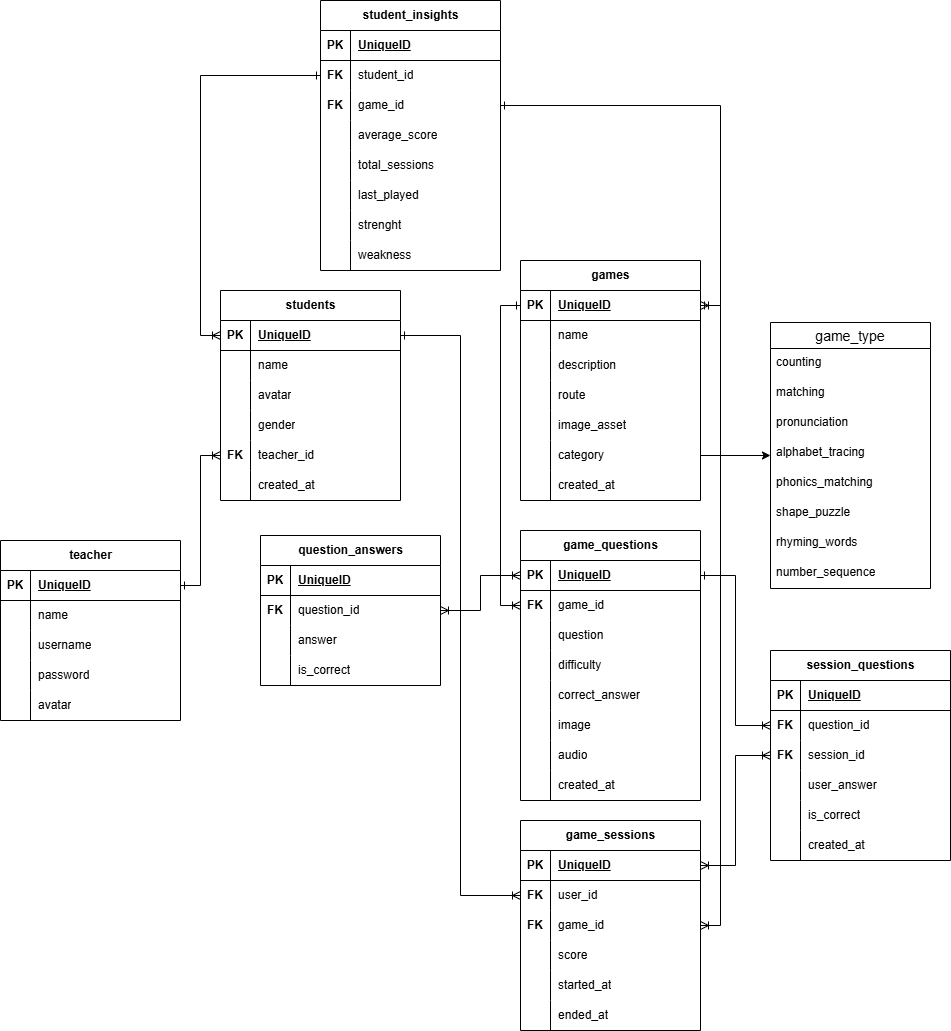
Earlier version of the draw.io export docs/kidtastic_erd.drawio.png (5kydriven/kidtastic_flutter). Source tidied: cells renumbered, new cells last; positions are measured from the earlier drawing's top-left corner, leaving out a move shared by most shapes.
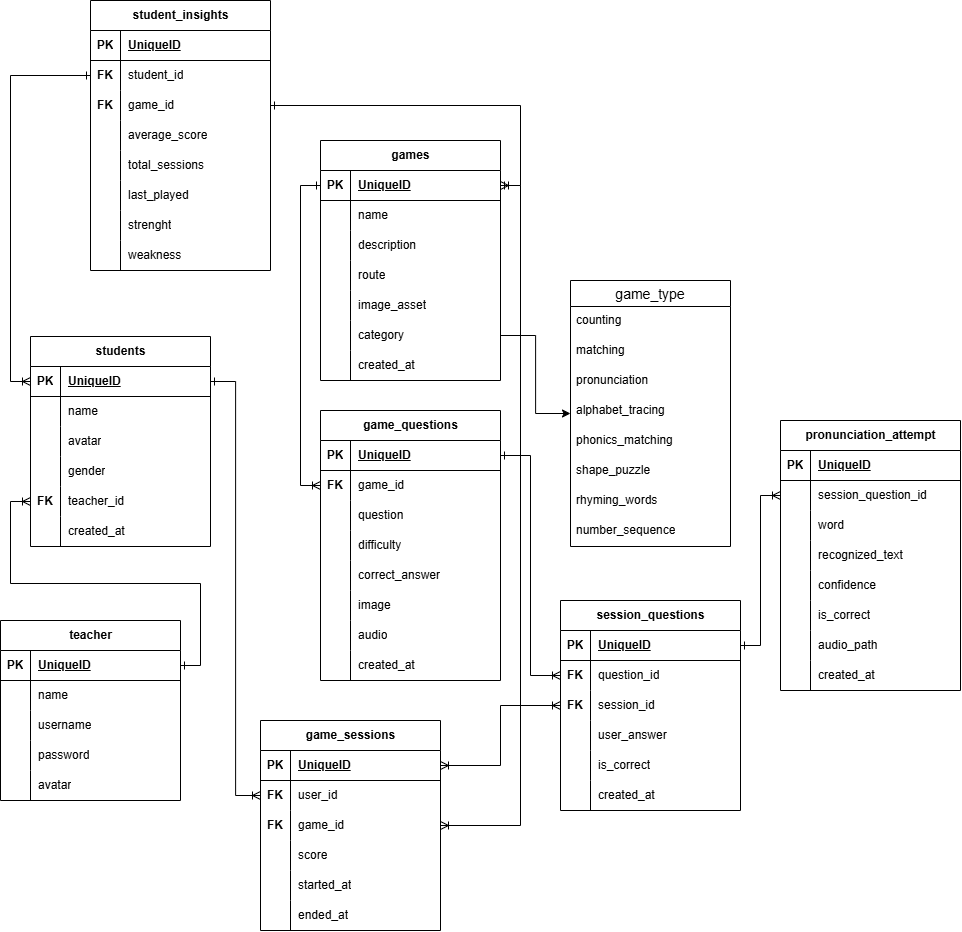
Later version of the same file.

Commit message:
feat: init pronunciation repo, daos and table

The edit, as a diff of the source:
```diff
@@ -3,7 +3,7 @@
     <mxCell id="0" />
     <mxCell id="1" parent="0" />
     <mxCell id="2" value="students" style="shape=table;startSize=30;rowLines=0;fontStyle=1;align=center;html=1;" parent="1" vertex="1">
-      <mxGeometry x="220" y="290" width="180" height="210" as="geometry" />
+      <mxGeometry x="230" y="456" width="180" height="210" as="geometry" />
     </mxCell>
     <mxCell id="3" style="shape=tableRow;horizontal=0;startSize=0;swimlaneHead=0;swimlaneBody=0;fillColor=none;points=[[0,0.5],[1,0.5]];portConstraint=eastwest;top=0;left=0;right=0;bottom=1;" parent="2" vertex="1">
       <mxGeometry y="30" width="180" height="30" as="geometry" />
@@ -204,7 +204,7 @@
       <mxGeometry relative="1" as="geometry" />
     </mxCell>
     <mxCell id="69" value="game_sessions" style="shape=table;startSize=30;rowLines=0;fontStyle=1;align=center;html=1;" parent="1" vertex="1">
-      <mxGeometry x="520" y="820" width="180" height="210" as="geometry" />
+      <mxGeometry x="460" y="840" width="180" height="210" as="geometry" />
     </mxCell>
     <mxCell id="70" style="shape=tableRow;horizontal=0;startSize=0;swimlaneHead=0;swimlaneBody=0;fillColor=none;points=[[0,0.5],[1,0.5]];portConstraint=eastwest;top=0;left=0;right=0;bottom=1;" parent="69" vertex="1">
       <mxGeometry y="30" width="180" height="30" as="geometry" />
@@ -267,7 +267,7 @@
       <mxGeometry relative="1" as="geometry" />
     </mxCell>
     <mxCell id="90" value="session_questions" style="shape=table;startSize=30;rowLines=0;fontStyle=1;align=center;html=1;" parent="1" vertex="1">
-      <mxGeometry x="770" y="650" width="180" height="210" as="geometry" />
+      <mxGeometry x="760" y="720" width="180" height="210" as="geometry" />
     </mxCell>
     <mxCell id="91" style="shape=tableRow;horizontal=0;startSize=0;swimlaneHead=0;swimlaneBody=0;fillColor=none;points=[[0,0.5],[1,0.5]];portConstraint=eastwest;top=0;left=0;right=0;bottom=1;" parent="90" vertex="1">
       <mxGeometry y="30" width="180" height="30" as="geometry" />
@@ -329,50 +329,8 @@
     <mxCell id="110" style="edgeStyle=orthogonalEdgeStyle;rounded=0;jettySize=auto;html=1;exitX=0;exitY=0.5;exitDx=0;exitDy=0;entryX=1;entryY=0.5;entryDx=0;entryDy=0;startArrow=ERoneToMany;startFill=0;endArrow=ERoneToMany;endFill=0;" parent="1" edge="1" source="97" target="70">
       <mxGeometry relative="1" as="geometry" />
     </mxCell>
-    <mxCell id="111" value="question_answers" style="shape=table;startSize=30;rowLines=0;fontStyle=1;align=center;html=1;" parent="1" vertex="1">
-      <mxGeometry x="260" y="535" width="180" height="150" as="geometry" />
-    </mxCell>
-    <mxCell id="112" style="shape=tableRow;horizontal=0;startSize=0;swimlaneHead=0;swimlaneBody=0;fillColor=none;top=0;left=0;right=0;bottom=1;" parent="111" vertex="1">
-      <mxGeometry y="30" width="180" height="30" as="geometry" />
-    </mxCell>
-    <mxCell id="113" value="PK" style="shape=partialRectangle;fillColor=none;top=0;left=0;bottom=0;right=0;fontStyle=1;overflow=hidden;whiteSpace=wrap;html=1;" parent="112" vertex="1">
-      <mxGeometry width="30" height="30" as="geometry" />
-    </mxCell>
-    <mxCell id="114" value="UniqueID" style="shape=partialRectangle;fillColor=none;top=0;left=0;bottom=0;right=0;align=left;spacingLeft=6;fontStyle=5;overflow=hidden;whiteSpace=wrap;html=1;" parent="112" vertex="1">
-      <mxGeometry x="30" width="150" height="30" as="geometry" />
-    </mxCell>
-    <mxCell id="115" style="shape=tableRow;horizontal=0;startSize=0;swimlaneHead=0;swimlaneBody=0;fillColor=none;points=[[0,0.5],[1,0.5]];portConstraint=eastwest;top=0;left=0;right=0;bottom=0;" parent="111" vertex="1">
-      <mxGeometry y="60" width="180" height="30" as="geometry" />
-    </mxCell>
-    <mxCell id="116" value="&lt;b&gt;FK&lt;/b&gt;" style="shape=partialRectangle;fillColor=none;top=0;left=0;bottom=0;right=0;overflow=hidden;whiteSpace=wrap;html=1;" parent="115" vertex="1">
-      <mxGeometry width="30" height="30" as="geometry" />
-    </mxCell>
-    <mxCell id="117" value="question_id" style="shape=partialRectangle;fillColor=none;top=0;left=0;bottom=0;right=0;align=left;spacingLeft=6;overflow=hidden;whiteSpace=wrap;html=1;" parent="115" vertex="1">
-      <mxGeometry x="30" width="150" height="30" as="geometry" />
-    </mxCell>
-    <mxCell id="118" style="shape=tableRow;horizontal=0;startSize=0;swimlaneHead=0;swimlaneBody=0;fillColor=none;top=0;left=0;right=0;bottom=0;" parent="111" vertex="1">
-      <mxGeometry y="90" width="180" height="30" as="geometry" />
-    </mxCell>
-    <mxCell id="119" style="shape=partialRectangle;fillColor=none;top=0;left=0;bottom=0;right=0;overflow=hidden;whiteSpace=wrap;html=1;" parent="118" vertex="1">
-      <mxGeometry width="30" height="30" as="geometry" />
-    </mxCell>
-    <mxCell id="120" value="answer" style="shape=partialRectangle;fillColor=none;top=0;left=0;bottom=0;right=0;align=left;spacingLeft=6;overflow=hidden;whiteSpace=wrap;html=1;" parent="118" vertex="1">
-      <mxGeometry x="30" width="150" height="30" as="geometry" />
-    </mxCell>
-    <mxCell id="121" style="shape=tableRow;horizontal=0;startSize=0;swimlaneHead=0;swimlaneBody=0;fillColor=none;top=0;left=0;right=0;bottom=0;" parent="111" vertex="1">
-      <mxGeometry y="120" width="180" height="30" as="geometry" />
-    </mxCell>
-    <mxCell id="122" style="shape=partialRectangle;fillColor=none;top=0;left=0;bottom=0;right=0;overflow=hidden;whiteSpace=wrap;html=1;" parent="121" vertex="1">
-      <mxGeometry width="30" height="30" as="geometry" />
-    </mxCell>
-    <mxCell id="123" value="is_correct" style="shape=partialRectangle;fillColor=none;top=0;left=0;bottom=0;right=0;align=left;spacingLeft=6;overflow=hidden;whiteSpace=wrap;html=1;" parent="121" vertex="1">
-      <mxGeometry x="30" width="150" height="30" as="geometry" />
-    </mxCell>
-    <mxCell id="124" style="edgeStyle=orthogonalEdgeStyle;rounded=0;jettySize=auto;html=1;exitX=1;exitY=0.5;exitDx=0;exitDy=0;entryX=0;entryY=0.5;entryDx=0;entryDy=0;startArrow=ERoneToMany;startFill=0;endArrow=ERoneToMany;endFill=0;" parent="1" edge="1" source="115" target="44">
-      <mxGeometry relative="1" as="geometry" />
-    </mxCell>
     <mxCell id="125" value="game_type" style="swimlane;fontStyle=0;horizontal=1;startSize=26;align=center;fontSize=14;" parent="1" vertex="1">
-      <mxGeometry x="770" y="322" width="160" height="266" as="geometry" />
+      <mxGeometry x="770" y="400" width="160" height="266" as="geometry" />
     </mxCell>
     <mxCell id="126" value="counting" style="text;strokeColor=none;fillColor=none;spacingLeft=4;spacingRight=4;overflow=hidden;fontSize=12;whiteSpace=wrap;html=1;" parent="125" vertex="1">
       <mxGeometry y="26" width="160" height="30" as="geometry" />
@@ -402,7 +360,7 @@
       <mxGeometry relative="1" as="geometry" />
     </mxCell>
     <mxCell id="135" value="teacher" style="shape=table;startSize=30;rowLines=0;fontStyle=1;align=center;html=1;" parent="1" vertex="1">
-      <mxGeometry y="540" width="180" height="180" as="geometry" />
+      <mxGeometry x="200" y="740" width="180" height="180" as="geometry" />
     </mxCell>
     <mxCell id="136" style="shape=tableRow;horizontal=0;startSize=0;swimlaneHead=0;swimlaneBody=0;fillColor=none;points=[[0,0.5],[1,0.5]];portConstraint=eastwest;top=0;left=0;right=0;bottom=1;" parent="135" vertex="1">
       <mxGeometry y="30" width="180" height="30" as="geometry" />
@@ -453,7 +411,7 @@
       <mxGeometry relative="1" as="geometry" />
     </mxCell>
     <mxCell id="152" value="student_insights" style="shape=table;startSize=30;rowLines=0;fontStyle=1;align=center;html=1;" parent="1" vertex="1">
-      <mxGeometry x="320" width="180" height="270" as="geometry" />
+      <mxGeometry x="290" y="120" width="180" height="270" as="geometry" />
     </mxCell>
     <mxCell id="153" style="shape=tableRow;horizontal=0;startSize=0;swimlaneHead=0;swimlaneBody=0;fillColor=none;top=0;left=0;right=0;bottom=1;" parent="152" vertex="1">
       <mxGeometry y="30" width="180" height="30" as="geometry" />
@@ -533,5 +491,83 @@
     <mxCell id="178" style="edgeStyle=orthogonalEdgeStyle;rounded=0;jettySize=auto;html=1;exitX=1;exitY=0.5;exitDx=0;exitDy=0;entryX=1;entryY=0.5;entryDx=0;entryDy=0;endArrow=ERoneToMany;endFill=0;startArrow=ERone;startFill=0;" parent="1" edge="1" source="159" target="22">
       <mxGeometry relative="1" as="geometry" />
     </mxCell>
+    <mxCell id="179" value="pronunciation_attempt" style="shape=table;startSize=30;rowLines=0;fontStyle=1;align=center;html=1;" parent="1" vertex="1">
+      <mxGeometry x="980" y="540" width="180" height="270" as="geometry" />
+    </mxCell>
+    <mxCell id="112" style="shape=tableRow;horizontal=0;startSize=0;swimlaneHead=0;swimlaneBody=0;fillColor=none;top=0;left=0;right=0;bottom=1;" parent="179" vertex="1">
+      <mxGeometry y="30" width="180" height="30" as="geometry" />
+    </mxCell>
+    <mxCell id="113" value="PK" style="shape=partialRectangle;fillColor=none;top=0;left=0;bottom=0;right=0;fontStyle=1;overflow=hidden;whiteSpace=wrap;html=1;" parent="112" vertex="1">
+      <mxGeometry width="30" height="30" as="geometry" />
+    </mxCell>
+    <mxCell id="114" value="UniqueID" style="shape=partialRectangle;fillColor=none;top=0;left=0;bottom=0;right=0;align=left;spacingLeft=6;fontStyle=5;overflow=hidden;whiteSpace=wrap;html=1;" parent="112" vertex="1">
+      <mxGeometry x="30" width="150" height="30" as="geometry" />
+    </mxCell>
+    <mxCell id="115" style="shape=tableRow;horizontal=0;startSize=0;swimlaneHead=0;swimlaneBody=0;fillColor=none;points=[[0,0.5],[1,0.5]];portConstraint=eastwest;top=0;left=0;right=0;bottom=0;" parent="179" vertex="1">
+      <mxGeometry y="60" width="180" height="30" as="geometry" />
+    </mxCell>
+    <mxCell id="180" style="shape=partialRectangle;fillColor=none;top=0;left=0;bottom=0;right=0;overflow=hidden;whiteSpace=wrap;html=1;" parent="115" vertex="1">
+      <mxGeometry width="30" height="30" as="geometry" />
+    </mxCell>
+    <mxCell id="181" value="session_question_id" style="shape=partialRectangle;fillColor=none;top=0;left=0;bottom=0;right=0;align=left;spacingLeft=6;overflow=hidden;whiteSpace=wrap;html=1;" parent="115" vertex="1">
+      <mxGeometry x="30" width="150" height="30" as="geometry" />
+    </mxCell>
+    <mxCell id="118" style="shape=tableRow;horizontal=0;startSize=0;swimlaneHead=0;swimlaneBody=0;fillColor=none;top=0;left=0;right=0;bottom=0;" parent="179" vertex="1">
+      <mxGeometry y="90" width="180" height="30" as="geometry" />
+    </mxCell>
+    <mxCell id="182" style="shape=partialRectangle;fillColor=none;top=0;left=0;bottom=0;right=0;overflow=hidden;whiteSpace=wrap;html=1;" parent="118" vertex="1">
+      <mxGeometry width="30" height="30" as="geometry" />
+    </mxCell>
+    <mxCell id="183" value="word" style="shape=partialRectangle;fillColor=none;top=0;left=0;bottom=0;right=0;align=left;spacingLeft=6;overflow=hidden;whiteSpace=wrap;html=1;" parent="118" vertex="1">
+      <mxGeometry x="30" width="150" height="30" as="geometry" />
+    </mxCell>
+    <mxCell id="121" style="shape=tableRow;horizontal=0;startSize=0;swimlaneHead=0;swimlaneBody=0;fillColor=none;top=0;left=0;right=0;bottom=0;" parent="179" vertex="1">
+      <mxGeometry y="120" width="180" height="30" as="geometry" />
+    </mxCell>
+    <mxCell id="184" style="shape=partialRectangle;fillColor=none;top=0;left=0;bottom=0;right=0;overflow=hidden;whiteSpace=wrap;html=1;" parent="121" vertex="1">
+      <mxGeometry width="30" height="30" as="geometry" />
+    </mxCell>
+    <mxCell id="185" value="recognized_text" style="shape=partialRectangle;fillColor=none;top=0;left=0;bottom=0;right=0;align=left;spacingLeft=6;overflow=hidden;whiteSpace=wrap;html=1;" parent="121" vertex="1">
+      <mxGeometry x="30" width="150" height="30" as="geometry" />
+    </mxCell>
+    <mxCell id="186" style="shape=tableRow;horizontal=0;startSize=0;swimlaneHead=0;swimlaneBody=0;fillColor=none;top=0;left=0;right=0;bottom=0;" parent="179" vertex="1">
+      <mxGeometry y="150" width="180" height="30" as="geometry" />
+    </mxCell>
+    <mxCell id="187" style="shape=partialRectangle;fillColor=none;top=0;left=0;bottom=0;right=0;overflow=hidden;whiteSpace=wrap;html=1;" parent="186" vertex="1">
+      <mxGeometry width="30" height="30" as="geometry" />
+    </mxCell>
+    <mxCell id="188" value="confidence" style="shape=partialRectangle;fillColor=none;top=0;left=0;bottom=0;right=0;align=left;spacingLeft=6;overflow=hidden;whiteSpace=wrap;html=1;" parent="186" vertex="1">
+      <mxGeometry x="30" width="150" height="30" as="geometry" />
+    </mxCell>
+    <mxCell id="189" style="shape=tableRow;horizontal=0;startSize=0;swimlaneHead=0;swimlaneBody=0;fillColor=none;top=0;left=0;right=0;bottom=0;" parent="179" vertex="1">
+      <mxGeometry y="180" width="180" height="30" as="geometry" />
+    </mxCell>
+    <mxCell id="190" style="shape=partialRectangle;fillColor=none;top=0;left=0;bottom=0;right=0;overflow=hidden;whiteSpace=wrap;html=1;" parent="189" vertex="1">
+      <mxGeometry width="30" height="30" as="geometry" />
+    </mxCell>
+    <mxCell id="123" value="is_correct" style="shape=partialRectangle;fillColor=none;top=0;left=0;bottom=0;right=0;align=left;spacingLeft=6;overflow=hidden;whiteSpace=wrap;html=1;" parent="189" vertex="1">
+      <mxGeometry x="30" width="150" height="30" as="geometry" />
+    </mxCell>
+    <mxCell id="191" style="shape=tableRow;horizontal=0;startSize=0;swimlaneHead=0;swimlaneBody=0;fillColor=none;top=0;left=0;right=0;bottom=0;" parent="179" vertex="1">
+      <mxGeometry y="210" width="180" height="30" as="geometry" />
+    </mxCell>
+    <mxCell id="192" style="shape=partialRectangle;fillColor=none;top=0;left=0;bottom=0;right=0;overflow=hidden;whiteSpace=wrap;html=1;" parent="191" vertex="1">
+      <mxGeometry width="30" height="30" as="geometry" />
+    </mxCell>
+    <mxCell id="193" value="audio_path" style="shape=partialRectangle;fillColor=none;top=0;left=0;bottom=0;right=0;align=left;spacingLeft=6;overflow=hidden;whiteSpace=wrap;html=1;" parent="191" vertex="1">
+      <mxGeometry x="30" width="150" height="30" as="geometry" />
+    </mxCell>
+    <mxCell id="194" style="shape=tableRow;horizontal=0;startSize=0;swimlaneHead=0;swimlaneBody=0;fillColor=none;top=0;left=0;right=0;bottom=0;" parent="179" vertex="1">
+      <mxGeometry y="240" width="180" height="30" as="geometry" />
+    </mxCell>
+    <mxCell id="195" style="shape=partialRectangle;fillColor=none;top=0;left=0;bottom=0;right=0;overflow=hidden;whiteSpace=wrap;html=1;" parent="194" vertex="1">
+      <mxGeometry width="30" height="30" as="geometry" />
+    </mxCell>
+    <mxCell id="196" value="created_at" style="shape=partialRectangle;fillColor=none;top=0;left=0;bottom=0;right=0;align=left;spacingLeft=6;overflow=hidden;whiteSpace=wrap;html=1;" parent="194" vertex="1">
+      <mxGeometry x="30" width="150" height="30" as="geometry" />
+    </mxCell>
+    <mxCell id="197" style="edgeStyle=orthogonalEdgeStyle;rounded=0;jettySize=auto;html=1;exitX=1;exitY=0.5;exitDx=0;exitDy=0;entryX=0;entryY=0.5;entryDx=0;entryDy=0;endArrow=ERoneToMany;endFill=0;startArrow=ERone;startFill=0;" parent="1" edge="1" source="91" target="115">
+      <mxGeometry relative="1" as="geometry" />
+    </mxCell>
   </root>
 </mxGraphModel>
```
